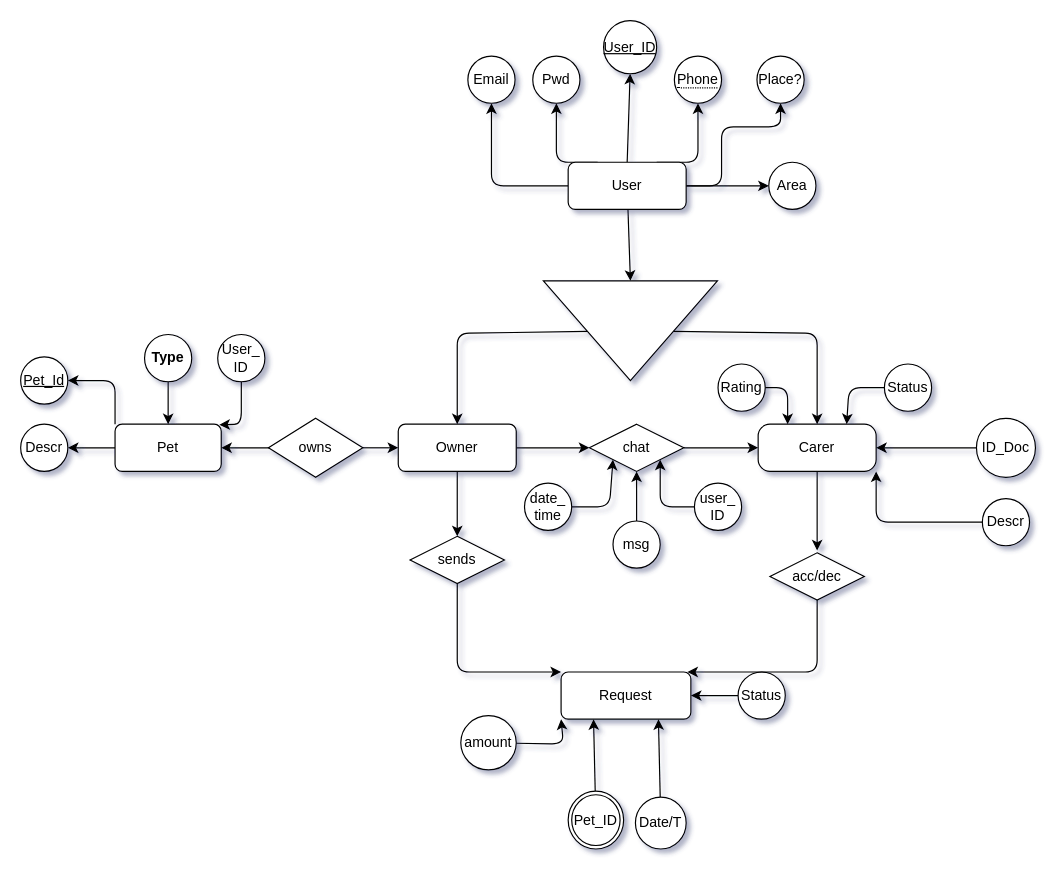
Earlier version of the draw.io diagram Docs/DB/entidad-realcion.drawio (iagogonzalezborines/MascoTier_Project). Source tidied: cells renumbered, new cells numbered last; positions are measured from the earlier drawing's top-left corner, leaving out a move shared by most shapes. Both pictures are drawn from the tidied source at 118%, with x=0, y=0 at pixel (20, 20).
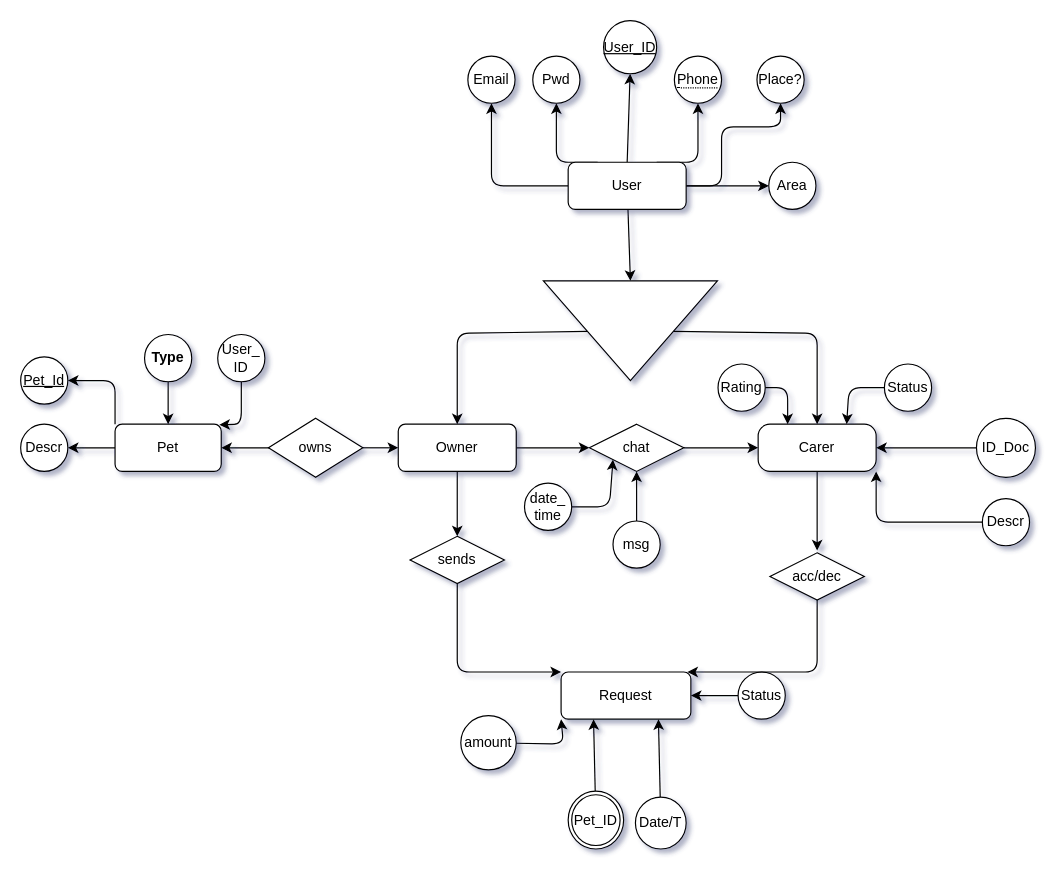
Above is the later version.

Commit message (it also covers changes not shown here):
TermsoService_FirstUpload

Unchanged cells that the change refers to:
```xml
<mxCell id="56" value="chat" style="rhombus;whiteSpace=wrap;html=1;" parent="1" vertex="1">
  <mxGeometry x="482" y="342" width="80" height="40" as="geometry" />
</mxCell>
```

What changed in the source:
```diff
@@
-    <mxCell id="61" style="edgeStyle=none;html=1;entryX=1;entryY=1;entryDx=0;entryDy=0;" parent="1" edge="1" source="62" target="56">
-      <mxGeometry relative="1" as="geometry">
-        <Array as="points">
-          <mxPoint x="542" y="412" />
-        </Array>
-      </mxGeometry>
-    </mxCell>
-    <mxCell id="62" value="user_&lt;br&gt;ID" style="ellipse;whiteSpace=wrap;html=1;" parent="1" vertex="1">
-      <mxGeometry x="571" y="392" width="40" height="40" as="geometry" />
-    </mxCell>
```
